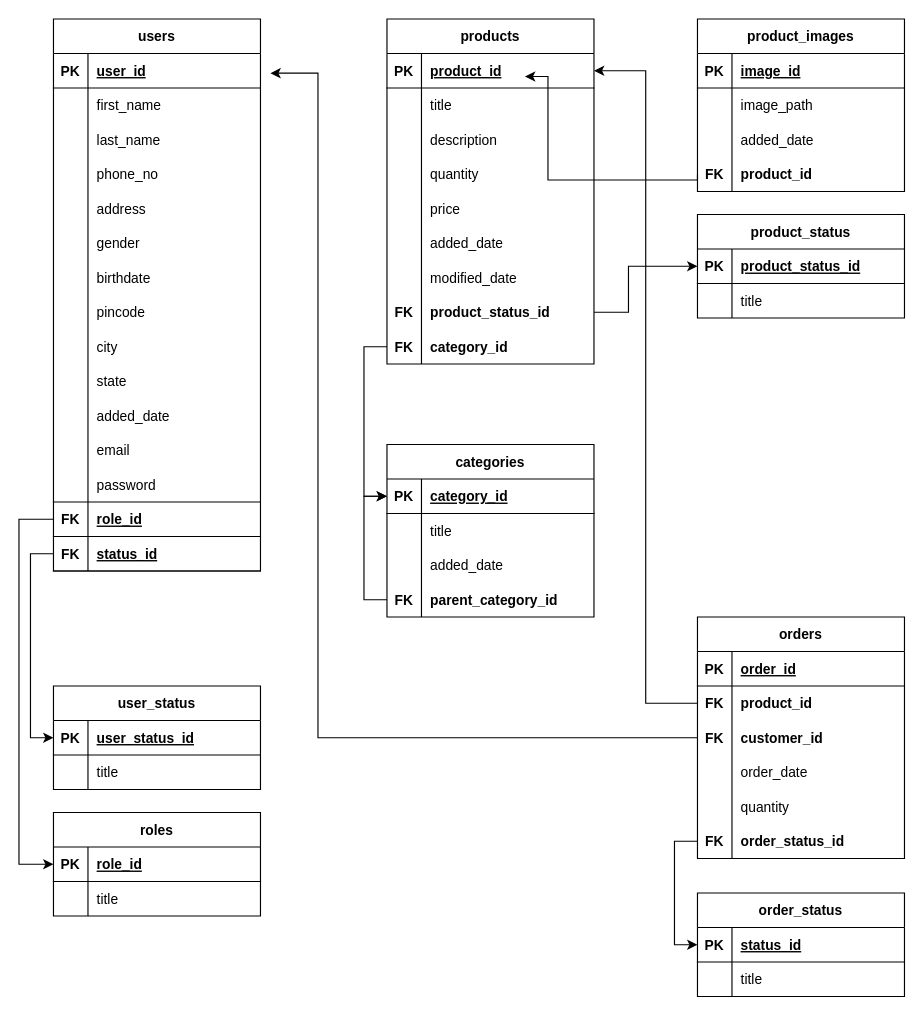
Above: page "er_Diagram" (1 of 4) of online_cloth_shopping.drawio in sudopwr/database-course (draw.io), before the change. Source tidied: cells renumbered, new cells numbered last; positions are measured from the earlier drawing's top-left corner, leaving out a move shared by most shapes. Both pictures are drawn from the tidied source at 115%, with x=0, y=0 at pixel (18, 18).
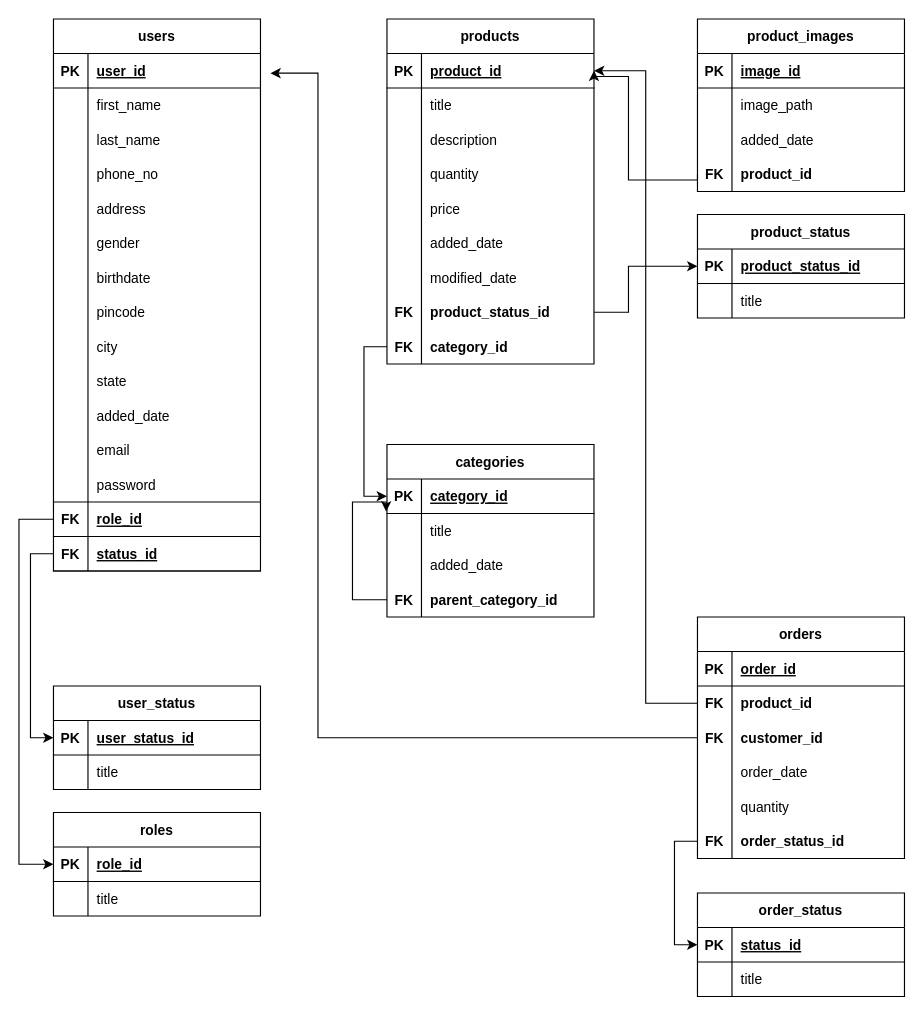
After the change.

Unchanged cells that the change refers to:
```xml
<mxCell id="56" style="shape=tableRow;horizontal=0;startSize=0;swimlaneHead=0;swimlaneBody=0;fillColor=none;points=[[0,0.5],[1,0.5]];portConstraint=eastwest;top=0;left=0;right=0;bottom=1;" parent="55" vertex="1">
  <mxGeometry y="30" width="180" height="30" as="geometry" />
</mxCell>
<mxCell id="93" style="shape=tableRow;horizontal=0;startSize=0;swimlaneHead=0;swimlaneBody=0;fillColor=none;points=[[0,0.5],[1,0.5]];portConstraint=eastwest;top=0;left=0;right=0;bottom=0;" parent="83" vertex="1">
  <mxGeometry y="120" width="180" height="30" as="geometry" />
</mxCell>
<mxCell id="96" value="categories" style="shape=table;startSize=30;childLayout=tableLayout;rowLines=0;fontStyle=1;align=center;" parent="1" vertex="1">
  <mxGeometry x="320" y="370" width="180" height="150" as="geometry" />
</mxCell>
<mxCell id="97" style="shape=tableRow;horizontal=0;startSize=0;swimlaneHead=0;swimlaneBody=0;fillColor=none;points=[[0,0.5],[1,0.5]];portConstraint=eastwest;top=0;left=0;right=0;bottom=1;" parent="96" vertex="1">
  <mxGeometry y="30" width="180" height="30" as="geometry" />
</mxCell>
<mxCell id="100" style="shape=tableRow;horizontal=0;startSize=0;swimlaneHead=0;swimlaneBody=0;fillColor=none;points=[[0,0.5],[1,0.5]];portConstraint=eastwest;top=0;left=0;right=0;bottom=0;" parent="96" vertex="1">
  <mxGeometry y="60" width="180" height="30" as="geometry" />
</mxCell>
<mxCell id="106" style="shape=tableRow;horizontal=0;startSize=0;swimlaneHead=0;swimlaneBody=0;fillColor=none;points=[[0,0.5],[1,0.5]];portConstraint=eastwest;top=0;left=0;right=0;bottom=0;" parent="96" vertex="1">
  <mxGeometry y="120" width="180" height="30" as="geometry" />
</mxCell>
```

What changed in the source:
```diff
@@
-    <mxCell id="109" style="edgeStyle=orthogonalEdgeStyle;rounded=0;jettySize=auto;html=1;exitX=0;exitY=0.5;exitDx=0;exitDy=0;entryX=0;entryY=0.5;entryDx=0;entryDy=0;" parent="96" edge="1" source="106" target="97">
+    <mxCell id="109" style="edgeStyle=orthogonalEdgeStyle;rounded=0;jettySize=auto;html=1;exitX=0;exitY=0.5;exitDx=0;exitDy=0;entryX=-0.004;entryY=-0.057;entryDx=0;entryDy=0;entryPerimeter=0;" parent="96" edge="1" source="106" target="100">
       <mxGeometry relative="1" as="geometry">
         <Array as="points">
-          <mxPoint x="-20" y="135" />
-          <mxPoint x="-20" y="45" />
+          <mxPoint x="-30" y="135" />
+          <mxPoint x="-30" y="50" />
+          <mxPoint x="-1" y="50" />
         </Array>
       </mxGeometry>
     </mxCell>
-    <mxCell id="110" style="edgeStyle=orthogonalEdgeStyle;rounded=0;jettySize=auto;html=1;exitX=0;exitY=0.5;exitDx=0;exitDy=0;" parent="1" edge="1" source="93">
+    <mxCell id="110" style="edgeStyle=orthogonalEdgeStyle;rounded=0;jettySize=auto;html=1;exitX=0;exitY=0.5;exitDx=0;exitDy=0;entryX=1;entryY=0.5;entryDx=0;entryDy=0;" parent="1" edge="1" source="93" target="56">
       <mxGeometry relative="1" as="geometry">
-        <mxPoint x="440" y="50" as="targetPoint" />
         <Array as="points">
-          <mxPoint x="480" y="140" />
-          <mxPoint x="460" y="140" />
-          <mxPoint x="460" y="50" />
-          <mxPoint x="440" y="50" />
+          <mxPoint x="590" y="140" />
+          <mxPoint x="530" y="140" />
+          <mxPoint x="530" y="50" />
+          <mxPoint x="500" y="50" />
         </Array>
       </mxGeometry>
     </mxCell>
```
